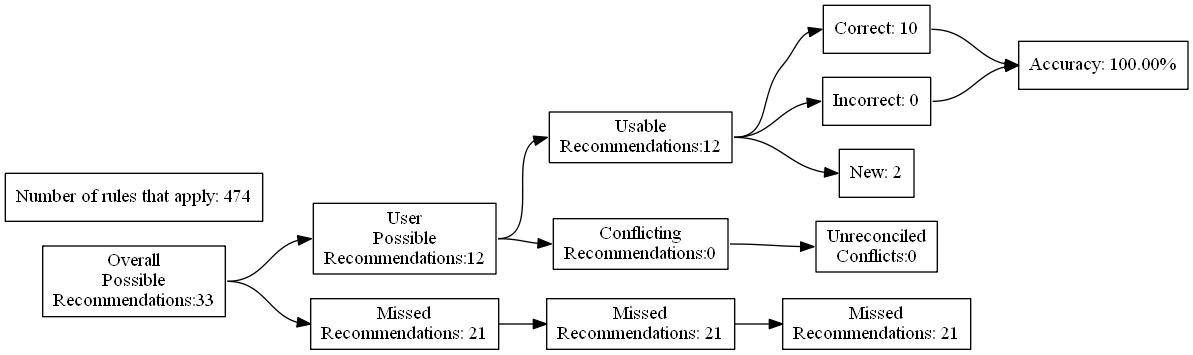
The Graphviz diagram test_renders/31.gv.png in ZaxR/ibd_diet_analysis, before a commit. Its source is kept beside it as test_renders/31.gv.
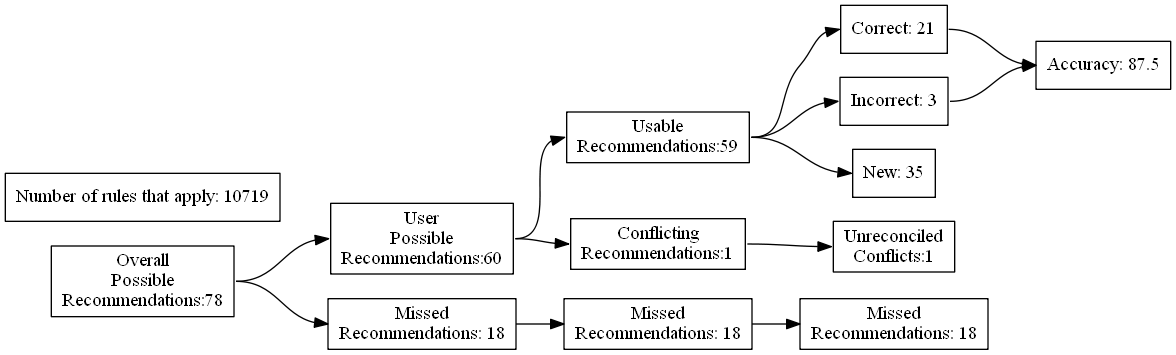
The same diagram one commit later.

Diff of the diagram source:
```diff
@@ -4,27 +4,27 @@
 	edge [headport=w tailport=e]
 		A [label="Overall
 Possible
-Recommendations:33"]
+Recommendations:78"]
 		B [label="User
 Possible
-Recommendations:12"]
+Recommendations:60"]
 		C [label="Missed
-Recommendations: 21"]
+Recommendations: 18"]
 		D [label="Usable
-Recommendations:12"]
+Recommendations:59"]
 		E [label="Conflicting
-Recommendations:0"]
+Recommendations:1"]
 		J [label="Missed
-Recommendations: 21"]
+Recommendations: 18"]
 		M [label="Unreconciled
-Conflicts:0"]
-		F [label="Correct: 10"]
-		G [label="Incorrect: 0"]
-		H [label="New: 2"]
+Conflicts:1"]
+		F [label="Correct: 21"]
+		G [label="Incorrect: 3"]
+		H [label="New: 35"]
 		K [label="Missed
-Recommendations: 21"]
-		I [label="Accuracy: 100.00%"]
-		l [label="Number of rules that apply: 474"]
+Recommendations: 18"]
+		I [label="Accuracy: 87.5"]
+		l [label="Number of rules that apply: 10719"]
 			A -> B
 			A -> C
 			B -> D
```
